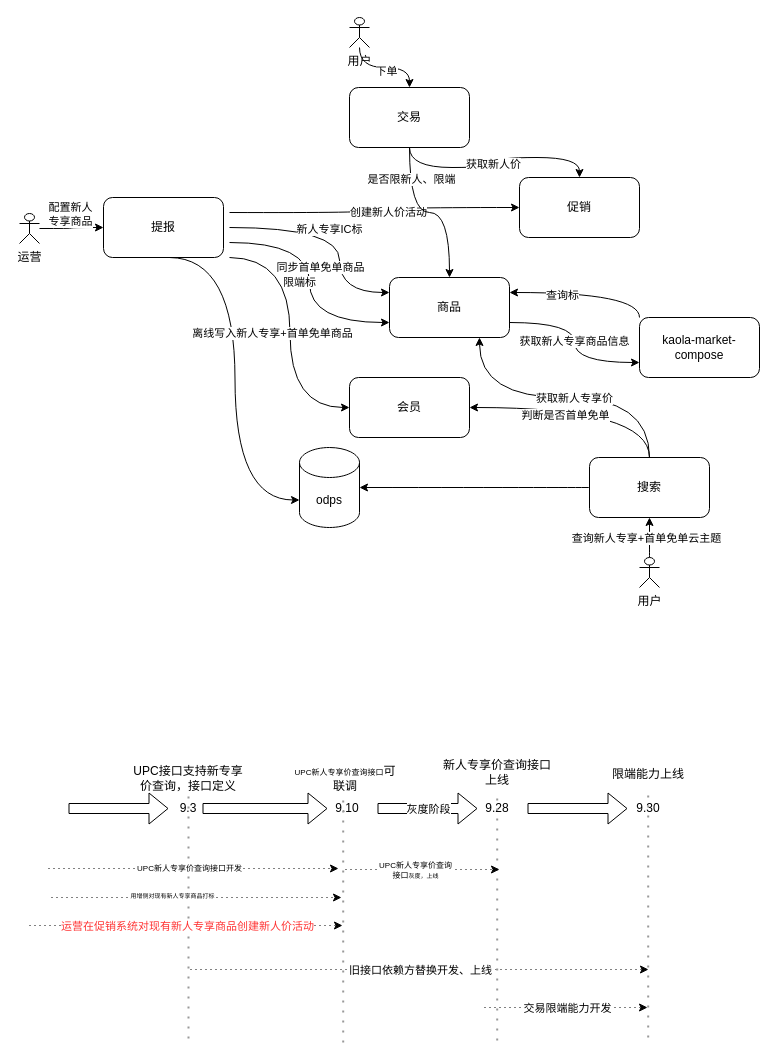
zengnm/diagrams keeps this draw.io diagram as 新人专享商品.drawio. Above is the earlier version. Source tidied: cells renumbered, new cells numbered last; positions are measured from the earlier drawing's top-left corner, leaving out a move shared by most shapes. Both pictures are drawn from the tidied source at 100%, with x=0, y=0 at pixel (19, 17).
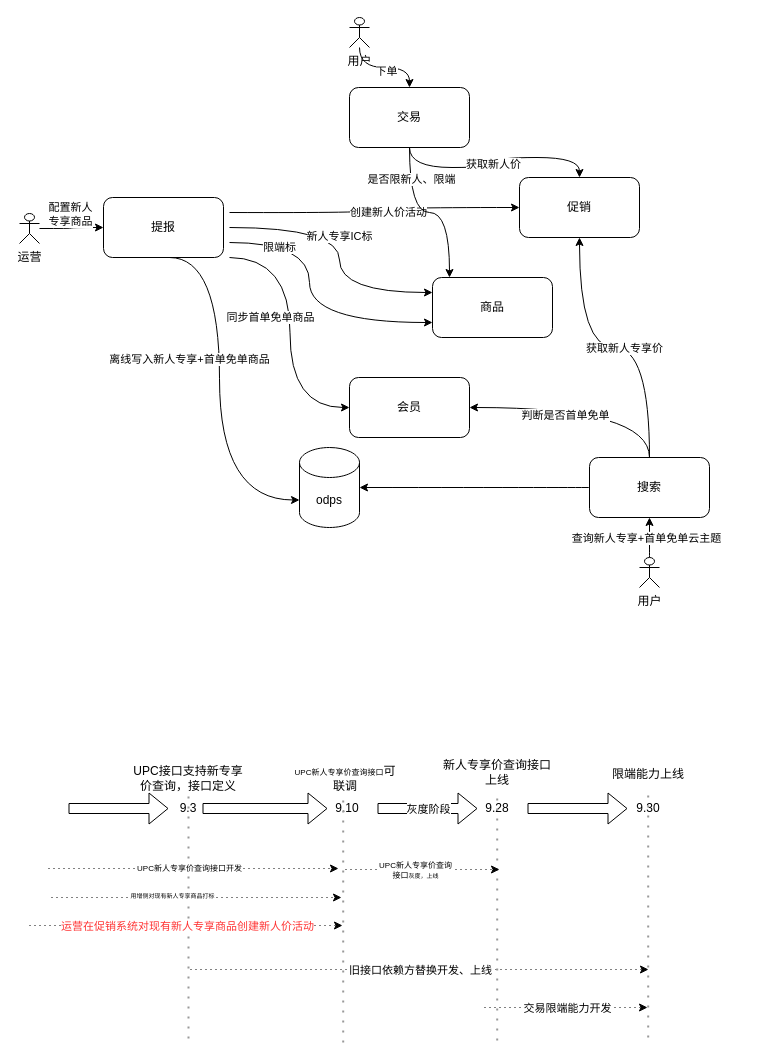
The same page after the edit.

Commit message:
Update 新人专享商品.drawio

Unchanged cells that the change refers to:
```xml
<mxCell id="7" style="edgeStyle=orthogonalEdgeStyle;curved=1;rounded=0;jettySize=auto;html=1;exitX=1;exitY=1;exitDx=0;exitDy=0;entryX=0;entryY=0.5;entryDx=0;entryDy=0;" parent="1" edge="1" target="16">
  <mxGeometry relative="1" as="geometry">
    <mxPoint x="210" y="240" as="sourcePoint" />
  </mxGeometry>
</mxCell>
<mxCell id="15" value="促销" style="rounded=1;whiteSpace=wrap;html=1;" parent="1" vertex="1">
  <mxGeometry x="500" y="160" width="120" height="60" as="geometry" />
</mxCell>
<mxCell id="20" value="odps" style="shape=cylinder3;whiteSpace=wrap;html=1;boundedLbl=1;backgroundOutline=1;size=15;" parent="1" vertex="1">
  <mxGeometry x="280" y="430" width="60" height="80" as="geometry" />
</mxCell>
<mxCell id="26" value="搜索" style="rounded=1;whiteSpace=wrap;html=1;" parent="1" vertex="1">
  <mxGeometry x="570" y="440" width="120" height="60" as="geometry" />
</mxCell>
```

The edit, as a diff of the source:
```diff
@@
     <mxCell id="6" value="限端标" style="edgeStyle=orthogonalEdgeStyle;curved=1;rounded=0;jettySize=auto;html=1;exitX=1;exitY=0.75;exitDx=0;exitDy=0;entryX=0;entryY=0.75;entryDx=0;entryDy=0;" parent="1" edge="1" target="14">
-      <mxGeometry y="-10" relative="1" as="geometry">
+      <mxGeometry x="-0.65" y="-5" relative="1" as="geometry">
         <mxPoint x="210" y="225" as="sourcePoint" />
         <Array as="points">
           <mxPoint x="290" y="225" />
           <mxPoint x="290" y="305" />
         </Array>
       </mxGeometry>
     </mxCell>
@@
     <mxCell id="8" value="同步首单免单商品" style="edgeLabel;html=1;align=center;verticalAlign=middle;" parent="7" vertex="1">
       <mxGeometry x="-0.24" relative="1" as="geometry">
-        <mxPoint x="30" y="-32" as="offset" />
+        <mxPoint x="-20" y="18" as="offset" />
       </mxGeometry>
     </mxCell>
     <mxCell id="9" style="edgeStyle=orthogonalEdgeStyle;curved=1;rounded=0;jettySize=auto;html=1;exitX=0.5;exitY=1;exitDx=0;exitDy=0;entryX=0;entryY=0;entryDx=0;entryDy=52.5;entryPerimeter=0;" parent="1" edge="1" target="20">
       <mxGeometry relative="1" as="geometry">
         <mxPoint x="150" y="240" as="sourcePoint" />
+        <Array as="points">
+          <mxPoint x="200" y="240" />
+          <mxPoint x="200" y="483" />
+        </Array>
       </mxGeometry>
     </mxCell>
     <mxCell id="10" value="离线写入新人专享+首单免单商品" style="edgeLabel;html=1;align=center;verticalAlign=middle;" parent="9" vertex="1">
-      <mxGeometry x="-0.24" y="37" relative="1" as="geometry" />
+      <mxGeometry x="-0.24" y="37" relative="1" as="geometry">
+        <mxPoint x="-68" y="9" as="offset" />
+      </mxGeometry>
     </mxCell>
@@
-    <mxCell id="12" style="edgeStyle=orthogonalEdgeStyle;curved=1;rounded=0;jettySize=auto;html=1;exitX=1;exitY=0.75;exitDx=0;exitDy=0;entryX=0;entryY=0.75;entryDx=0;entryDy=0;" parent="1" edge="1" source="14" target="19">
-      <mxGeometry relative="1" as="geometry" />
-    </mxCell>
-    <mxCell id="13" value="获取新人专享商品信息" style="edgeLabel;html=1;align=center;verticalAlign=middle;" parent="12" vertex="1">
-      <mxGeometry x="-0.02" y="-1" relative="1" as="geometry" />
-    </mxCell>
     <mxCell id="14" value="商品" style="rounded=1;whiteSpace=wrap;html=1;" parent="1" vertex="1">
-      <mxGeometry x="370" y="260" width="120" height="60" as="geometry" />
+      <mxGeometry x="413" y="260" width="120" height="60" as="geometry" />
     </mxCell>
@@
-    <mxCell id="17" style="edgeStyle=orthogonalEdgeStyle;curved=1;rounded=0;jettySize=auto;html=1;exitX=0;exitY=0;exitDx=0;exitDy=0;entryX=1;entryY=0.25;entryDx=0;entryDy=0;" parent="1" edge="1" source="19" target="14">
-      <mxGeometry relative="1" as="geometry" />
-    </mxCell>
-    <mxCell id="18" value="查询标" style="edgeLabel;html=1;align=center;verticalAlign=middle;" parent="17" vertex="1">
-      <mxGeometry x="0.33" y="2" relative="1" as="geometry" />
-    </mxCell>
-    <mxCell id="19" value="kaola-market-compose" style="rounded=1;whiteSpace=wrap;html=1;" parent="1" vertex="1">
-      <mxGeometry x="620" y="300" width="120" height="60" as="geometry" />
-    </mxCell>
@@
-    <mxCell id="24" style="edgeStyle=orthogonalEdgeStyle;curved=1;rounded=0;jettySize=auto;html=1;exitX=0.5;exitY=0;exitDx=0;exitDy=0;entryX=0.75;entryY=1;entryDx=0;entryDy=0;" parent="1" edge="1" source="26" target="14">
+    <mxCell id="24" style="edgeStyle=orthogonalEdgeStyle;curved=1;rounded=0;jettySize=auto;html=1;exitX=0.5;exitY=0;exitDx=0;exitDy=0;entryX=0.5;entryY=1;entryDx=0;entryDy=0;" parent="1" edge="1" source="26" target="15">
       <mxGeometry relative="1" as="geometry" />
     </mxCell>
```
